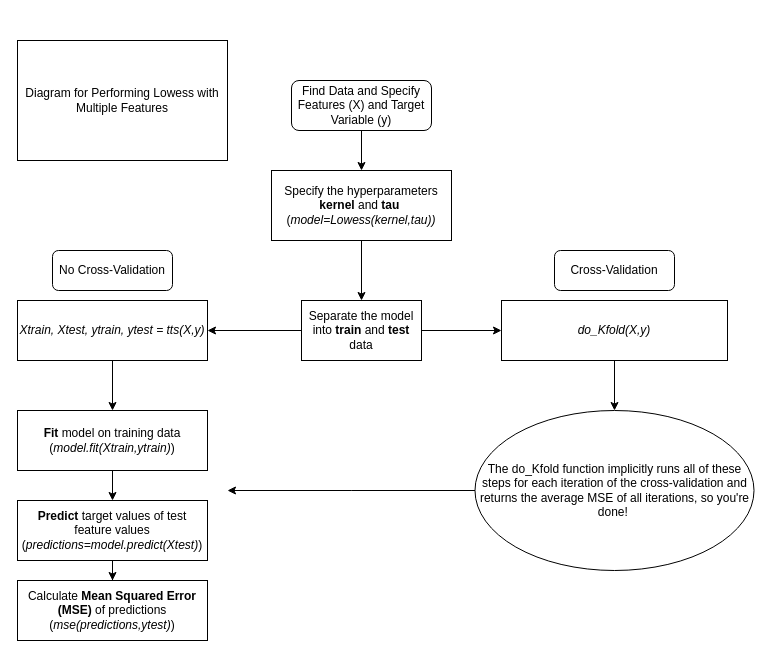
The draw.io diagram Untitled Diagram.drawio in jimmybach/capstone-project, before the edit. Source tidied: cells renumbered, new cells numbered last; positions are measured from the earlier drawing's top-left corner, leaving out a move shared by most shapes. Both pictures are drawn from the tidied source at 100%, with x=0, y=0 at pixel (17, 40).
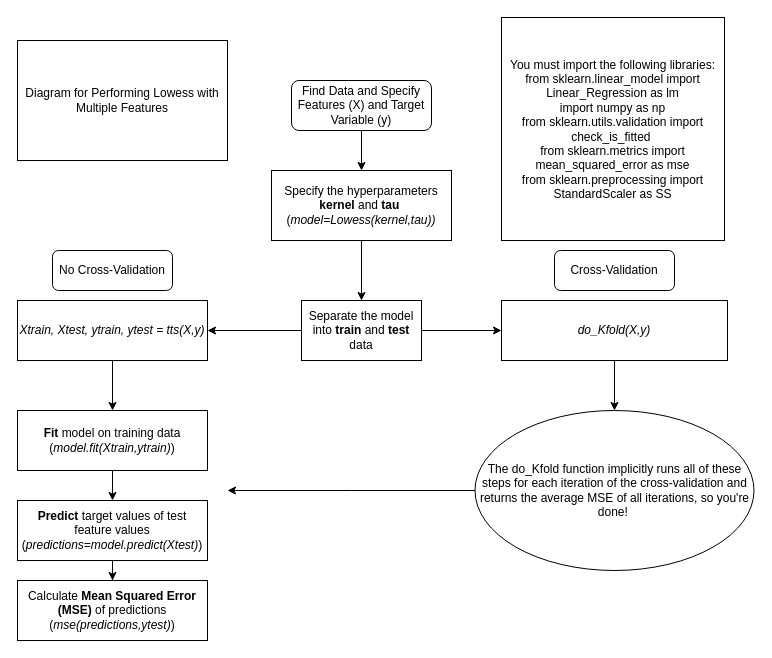
The same diagram, later.

Change to the diagram source:
```diff
@@
+    <mxCell id="23" value="You must import the following libraries:&lt;div&gt;from sklearn.linear_model import Linear_Regression&amp;nbsp;&lt;span style=&quot;background-color: initial;&quot;&gt;as lm&lt;/span&gt;&lt;/div&gt;&lt;div&gt;import numpy as np&lt;/div&gt;&lt;div&gt;from sklearn.utils.validation import check_is_fitted&amp;nbsp;&lt;/div&gt;&lt;div&gt;from sklearn.metrics import mean_squared_error as mse&lt;/div&gt;&lt;div&gt;from sklearn.preprocessing import StandardScaler as SS&lt;/div&gt;" style="whiteSpace=wrap;html=1;" parent="1" vertex="1">
+      <mxGeometry x="484" y="-23" width="223" height="223" as="geometry" />
+    </mxCell>
```
